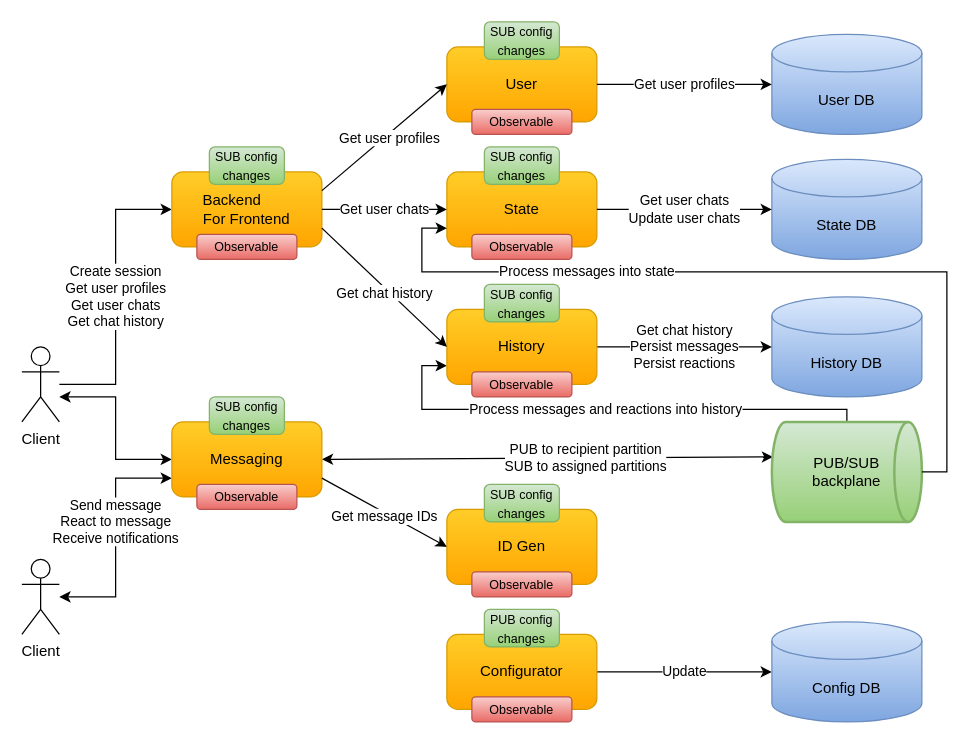
Earlier version of the draw.io diagram docs/diagrams/cecochat-01-overall.drawio (cvetomir-todorov/CecoChat). Source tidied: cells renumbered, new cells numbered last; positions are measured from the earlier drawing's top-left corner, leaving out a move shared by most shapes. Both pictures are drawn from the tidied source at 125%, with x=0, y=0 at pixel (21, 21).
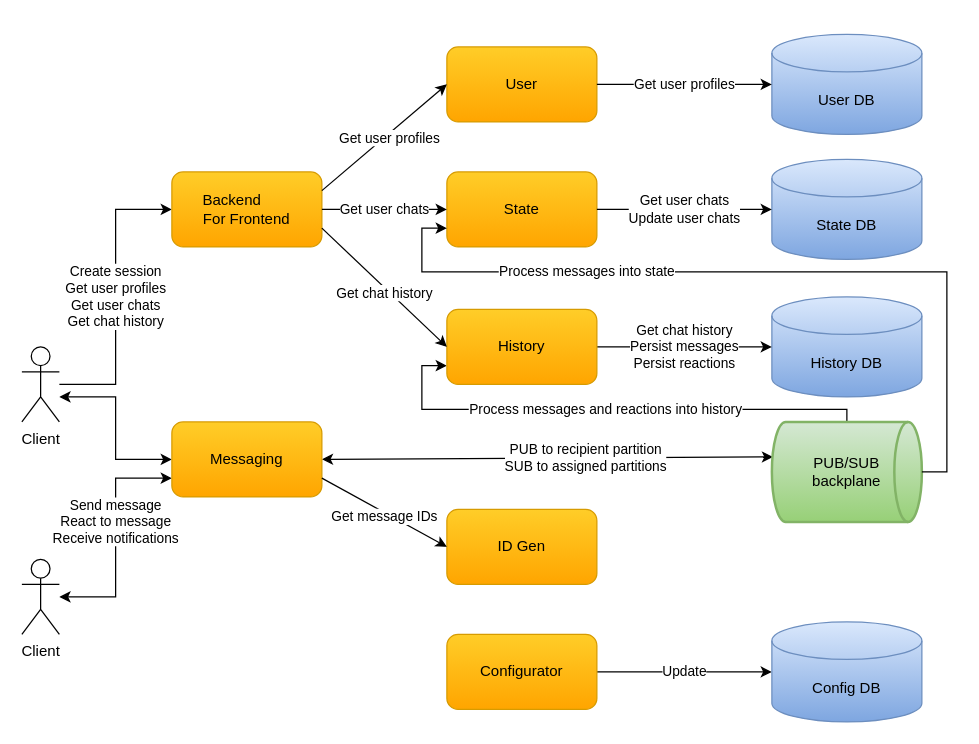
The same diagram, later.

Commit message (it also covers changes not shown here):
Improve overall and tech design diagrams

What changed in the source:
```diff
@@
-    <mxCell id="19" value="&lt;font style=&quot;font-size: 10px&quot;&gt;PUB config&lt;br&gt;changes&lt;/font&gt;" style="rounded=1;whiteSpace=wrap;html=1;gradientColor=#97d077;fillColor=#d5e8d4;strokeColor=#82b366;" parent="1" vertex="1">
-      <mxGeometry x="370" y="470" width="60" height="30" as="geometry" />
-    </mxCell>
-    <mxCell id="20" value="&lt;font style=&quot;font-size: 10px&quot;&gt;SUB config&lt;br&gt;changes&lt;/font&gt;" style="rounded=1;whiteSpace=wrap;html=1;gradientColor=#97d077;fillColor=#d5e8d4;strokeColor=#82b366;" parent="1" vertex="1">
-      <mxGeometry x="150" y="300" width="60" height="30" as="geometry" />
-    </mxCell>
@@
-    <mxCell id="22" value="&lt;font style=&quot;font-size: 10px&quot;&gt;SUB config&lt;br&gt;changes&lt;/font&gt;" style="rounded=1;whiteSpace=wrap;html=1;gradientColor=#97d077;fillColor=#d5e8d4;strokeColor=#82b366;" parent="1" vertex="1">
-      <mxGeometry x="150" y="100" width="60" height="30" as="geometry" />
-    </mxCell>
@@
-    <mxCell id="29" value="&lt;font style=&quot;font-size: 10px&quot;&gt;SUB config&lt;br&gt;changes&lt;/font&gt;" style="rounded=1;whiteSpace=wrap;html=1;gradientColor=#97d077;fillColor=#d5e8d4;strokeColor=#82b366;" parent="1" vertex="1">
-      <mxGeometry x="370" y="210" width="60" height="30" as="geometry" />
-    </mxCell>
-    <mxCell id="30" value="&lt;font style=&quot;font-size: 10px&quot;&gt;SUB config&lt;br&gt;changes&lt;/font&gt;" style="rounded=1;whiteSpace=wrap;html=1;gradientColor=#97d077;fillColor=#d5e8d4;strokeColor=#82b366;" parent="1" vertex="1">
-      <mxGeometry x="370" y="100" width="60" height="30" as="geometry" />
-    </mxCell>
-    <mxCell id="31" value="&lt;font style=&quot;font-size: 10px&quot;&gt;SUB config&lt;br&gt;changes&lt;/font&gt;" style="rounded=1;whiteSpace=wrap;html=1;gradientColor=#97d077;fillColor=#d5e8d4;strokeColor=#82b366;" parent="1" vertex="1">
-      <mxGeometry x="370" y="370" width="60" height="30" as="geometry" />
-    </mxCell>
-    <mxCell id="32" value="&lt;span style=&quot;font-size: 10px&quot;&gt;Observable&lt;/span&gt;" style="rounded=1;whiteSpace=wrap;html=1;gradientColor=#ea6b66;fillColor=#f8cecc;strokeColor=#b85450;" parent="1" vertex="1">
-      <mxGeometry x="140" y="170" width="80" height="20" as="geometry" />
-    </mxCell>
-    <mxCell id="33" value="&lt;span style=&quot;font-size: 10px&quot;&gt;Observable&lt;/span&gt;" style="rounded=1;whiteSpace=wrap;html=1;gradientColor=#ea6b66;fillColor=#f8cecc;strokeColor=#b85450;" parent="1" vertex="1">
-      <mxGeometry x="360" y="170" width="80" height="20" as="geometry" />
-    </mxCell>
-    <mxCell id="34" value="&lt;span style=&quot;font-size: 10px&quot;&gt;Observable&lt;/span&gt;" style="rounded=1;whiteSpace=wrap;html=1;gradientColor=#ea6b66;fillColor=#f8cecc;strokeColor=#b85450;" parent="1" vertex="1">
-      <mxGeometry x="360" y="280" width="80" height="20" as="geometry" />
-    </mxCell>
-    <mxCell id="35" value="&lt;span style=&quot;font-size: 10px&quot;&gt;Observable&lt;/span&gt;" style="rounded=1;whiteSpace=wrap;html=1;gradientColor=#ea6b66;fillColor=#f8cecc;strokeColor=#b85450;" parent="1" vertex="1">
-      <mxGeometry x="140" y="370" width="80" height="20" as="geometry" />
-    </mxCell>
-    <mxCell id="36" value="&lt;span style=&quot;font-size: 10px&quot;&gt;Observable&lt;/span&gt;" style="rounded=1;whiteSpace=wrap;html=1;gradientColor=#ea6b66;fillColor=#f8cecc;strokeColor=#b85450;" parent="1" vertex="1">
-      <mxGeometry x="360" y="440" width="80" height="20" as="geometry" />
-    </mxCell>
-    <mxCell id="37" value="&lt;span style=&quot;font-size: 10px&quot;&gt;Observable&lt;/span&gt;" style="rounded=1;whiteSpace=wrap;html=1;gradientColor=#ea6b66;fillColor=#f8cecc;strokeColor=#b85450;" parent="1" vertex="1">
-      <mxGeometry x="360" y="540" width="80" height="20" as="geometry" />
-    </mxCell>
@@
-    <mxCell id="39" value="&lt;font style=&quot;font-size: 10px&quot;&gt;SUB config&lt;br&gt;changes&lt;/font&gt;" style="rounded=1;whiteSpace=wrap;html=1;gradientColor=#97d077;fillColor=#d5e8d4;strokeColor=#82b366;" parent="1" vertex="1">
-      <mxGeometry x="370" width="60" height="30" as="geometry" />
-    </mxCell>
-    <mxCell id="40" value="&lt;span style=&quot;font-size: 10px&quot;&gt;Observable&lt;/span&gt;" style="rounded=1;whiteSpace=wrap;html=1;gradientColor=#ea6b66;fillColor=#f8cecc;strokeColor=#b85450;" parent="1" vertex="1">
-      <mxGeometry x="360" y="70" width="80" height="20" as="geometry" />
-    </mxCell>
```
